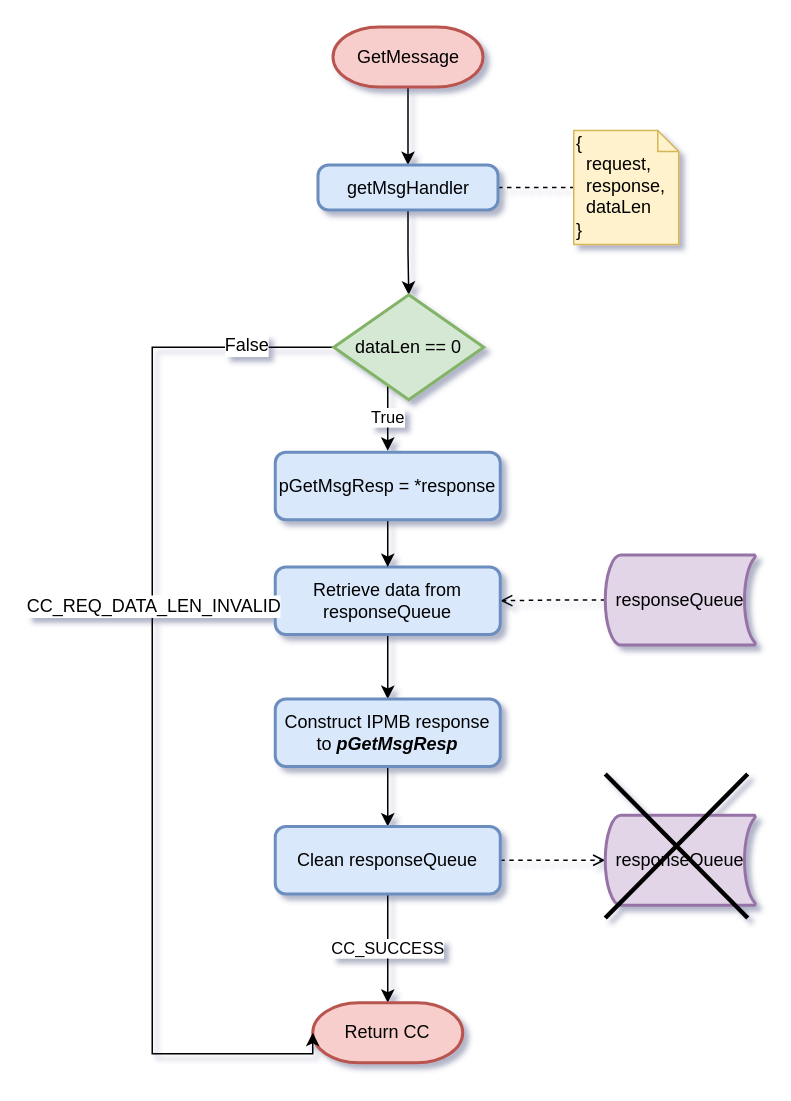
This is diagrams/GetMessage.drawio from joepow2/drawio, a draw.io file, before an edit. Source tidied: cells renumbered, new cells numbered last; positions are measured from the earlier drawing's top-left corner, leaving out a move shared by most shapes. Both pictures are drawn from the tidied source at 150%, with x=0, y=0 at pixel (152, 27).
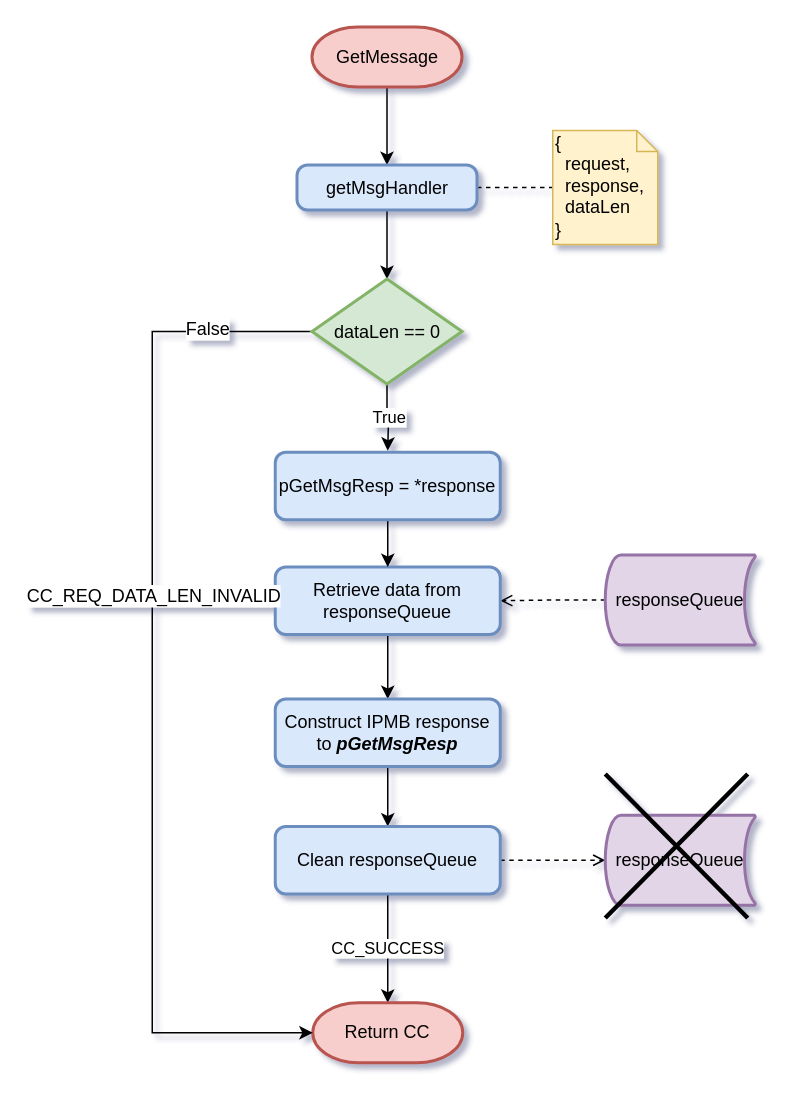
The same diagram, later.

The change refers to these unchanged cells:
```xml
<mxCell id="18" value="Return CC" style="strokeWidth=2;html=1;shape=mxgraph.flowchart.terminator;whiteSpace=wrap;fillColor=#f8cecc;strokeColor=#b85450;" parent="1" vertex="1">
  <mxGeometry x="107" y="650" width="100" height="40" as="geometry" />
</mxCell>
```

What changed in the source:
```diff
@@
     <mxCell id="3" value="GetMessage" style="strokeWidth=2;html=1;shape=mxgraph.flowchart.terminator;whiteSpace=wrap;fillColor=#f8cecc;strokeColor=#b85450;" parent="1" vertex="1">
-      <mxGeometry x="120.5" y="-0.5" width="100" height="40" as="geometry" />
+      <mxGeometry x="106.5" y="-0.5" width="100" height="40" as="geometry" />
     </mxCell>
@@
-    <mxCell id="5" style="edgeStyle=orthogonalEdgeStyle;rounded=0;jettySize=auto;html=1;labelBackgroundColor=#FFFF66;endArrow=classic;endFill=1;fontColor=#000000;" parent="1" edge="1" source="6" target="24">
+    <mxCell id="5" style="edgeStyle=orthogonalEdgeStyle;rounded=0;jettySize=auto;html=1;labelBackgroundColor=#FFFF66;endArrow=classic;endFill=1;fontColor=#000000;entryX=0.5;entryY=0;entryDx=0;entryDy=0;entryPerimeter=0;" parent="1" edge="1" source="6" target="24">
       <mxGeometry relative="1" as="geometry" />
     </mxCell>
     <mxCell id="6" value="getMsgHandler" style="rounded=1;whiteSpace=wrap;html=1;absoluteArcSize=1;arcSize=14;strokeWidth=2;fillColor=#dae8fc;strokeColor=#6c8ebf;" parent="1" vertex="1">
-      <mxGeometry x="110.5" y="91.5" width="120" height="30" as="geometry" />
+      <mxGeometry x="96.5" y="91.5" width="120" height="30" as="geometry" />
     </mxCell>
@@
     <mxCell id="19" value="{&lt;br&gt;&amp;nbsp; request,&lt;br&gt;&amp;nbsp; response,&lt;br&gt;&amp;nbsp; dataLen&lt;br&gt;}" style="shape=note;whiteSpace=wrap;html=1;size=14;verticalAlign=top;align=left;spacingTop=-6;fillColor=#fff2cc;strokeColor=#d6b656;" parent="1" vertex="1">
-      <mxGeometry x="281" y="68.5" width="70" height="76" as="geometry" />
+      <mxGeometry x="267" y="68.5" width="70" height="76" as="geometry" />
     </mxCell>
     <mxCell id="20" style="edgeStyle=orthogonalEdgeStyle;rounded=0;jettySize=auto;html=1;labelBackgroundColor=#FFFF66;endArrow=classic;endFill=1;fontColor=#000000;entryX=0;entryY=0.5;entryDx=0;entryDy=0;entryPerimeter=0;exitX=0;exitY=0.5;exitDx=0;exitDy=0;exitPerimeter=0;" parent="1" edge="1" source="24" target="18">
       <mxGeometry relative="1" as="geometry">
         <Array as="points">
-          <mxPoint y="213" />
-          <mxPoint y="684" />
+          <mxPoint y="203" />
+          <mxPoint y="670" />
         </Array>
       </mxGeometry>
     </mxCell>
@@
     <mxCell id="22" value="False" style="text;html=1;align=center;verticalAlign=middle;labelBackgroundColor=#ffffff;fontColor=#000000;" parent="20" vertex="1">
       <mxGeometry x="-0.79" y="-2" relative="1" as="geometry">
-        <mxPoint x="16" as="offset" />
+        <mxPoint x="2" as="offset" />
       </mxGeometry>
     </mxCell>
-    <mxCell id="23" value="True" style="edgeStyle=orthogonalEdgeStyle;rounded=0;orthogonalLoop=1;jettySize=auto;html=1;labelBackgroundColor=#FFFFFF;endArrow=classic;endFill=1;fontColor=#000000;entryX=0.5;entryY=0;entryDx=0;entryDy=0;" parent="1" edge="1">
+    <mxCell id="23" value="True" style="edgeStyle=orthogonalEdgeStyle;rounded=0;jettySize=auto;html=1;labelBackgroundColor=#FFFFFF;endArrow=classic;endFill=1;fontColor=#000000;entryX=0.5;entryY=0;entryDx=0;entryDy=0;exitX=0.5;exitY=1;exitDx=0;exitDy=0;exitPerimeter=0;" parent="1" edge="1" source="24">
       <mxGeometry relative="1" as="geometry">
-        <mxPoint x="157" y="237" as="sourcePoint" />
         <mxPoint x="157" y="282" as="targetPoint" />
       </mxGeometry>
     </mxCell>
     <mxCell id="24" value="dataLen == 0" style="strokeWidth=2;html=1;shape=mxgraph.flowchart.decision;whiteSpace=wrap;align=center;fillColor=#d5e8d4;strokeColor=#82b366;" parent="1" vertex="1">
-      <mxGeometry x="121" y="178" width="100" height="70" as="geometry" />
+      <mxGeometry x="106.5" y="167.5" width="100" height="70" as="geometry" />
     </mxCell>
```
